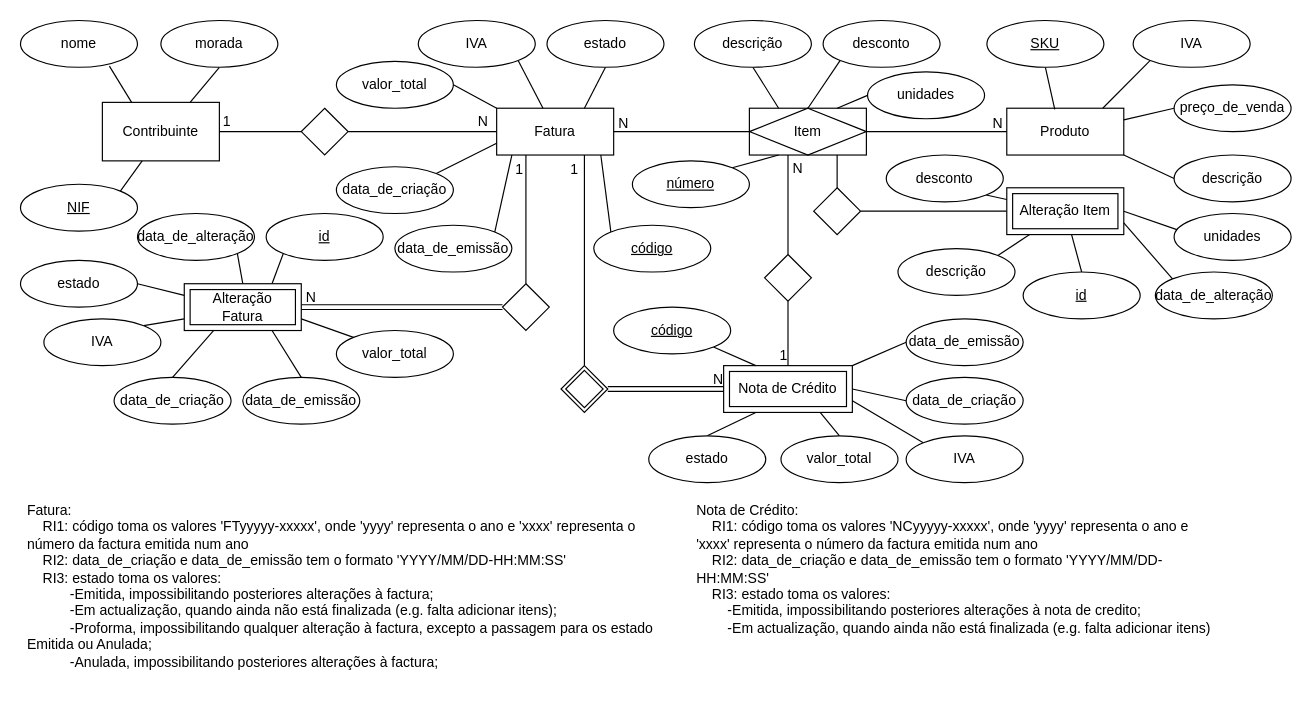
Above: Model/EA_Model-PT.drawio in jpmatos/ISEL-SI2-2021i (draw.io), before the change. Source tidied: cells renumbered, new cells numbered last; positions are measured from the earlier drawing's top-left corner, leaving out a move shared by most shapes. Both pictures are drawn from the tidied source at 117%, with x=0, y=0 at pixel (20, 20).
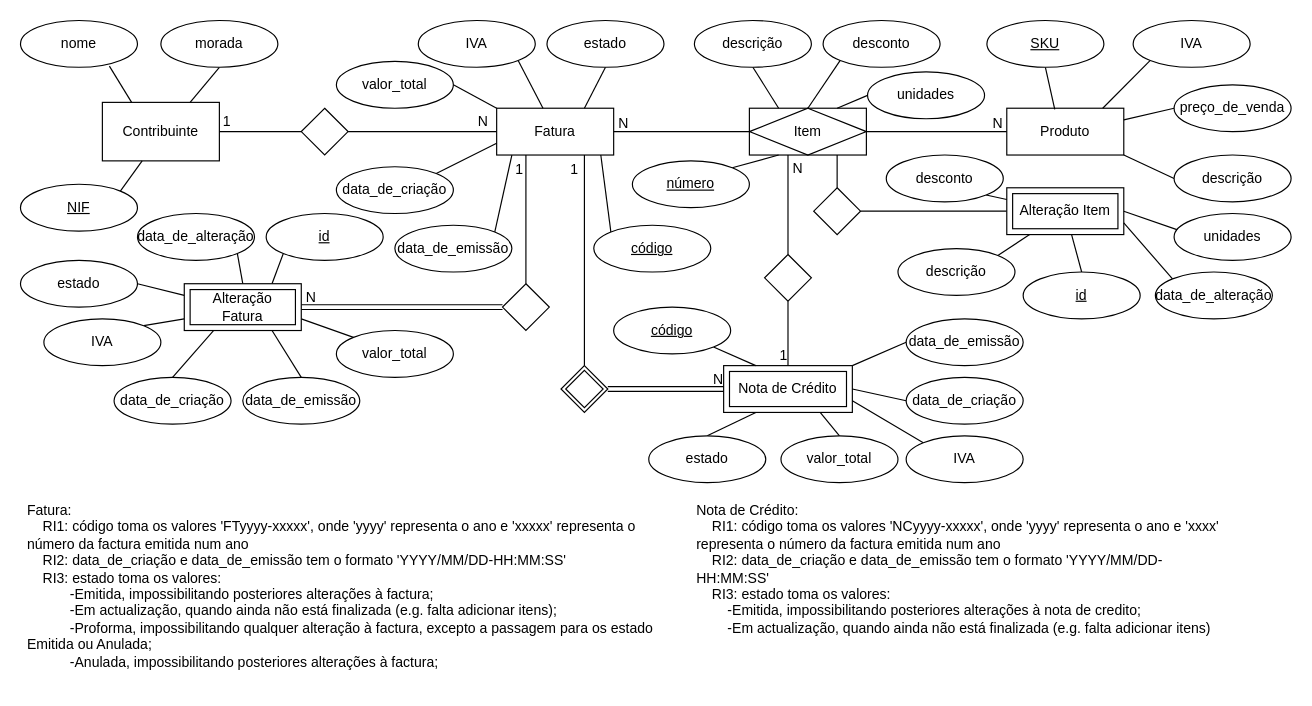
The same diagram, later.

What changed in the source:
```diff
@@
-    <mxCell id="40" value="Fatura:&#10;    RI1: código toma os valores 'FTyyyyy-xxxxx', onde 'yyyy' representa o ano e 'xxxx' representa o número da factura emitida num ano&#10;    RI2: data_de_criação e data_de_emissão tem o formato 'YYYY/MM/DD-HH:MM:SS'&#10;    RI3: estado toma os valores:&#10;           -Emitida, impossibilitando posteriores alterações à factura;&#10;           -Em actualização, quando ainda não está finalizada (e.g. falta adicionar itens);&#10;           -Proforma, impossibilitando qualquer alteração à factura, excepto a passagem para os estado&#10;Emitida ou Anulada;&#10;           -Anulada, impossibilitando posteriores alterações à factura;&#10;" style="text;strokeColor=none;fillColor=none;spacingLeft=4;spacingRight=4;overflow=hidden;fontSize=12;rounded=0;shadow=0;glass=0;sketch=0;align=left;whiteSpace=wrap;" parent="1" vertex="1">
+    <mxCell id="40" value="Fatura:&#10;    RI1: código toma os valores 'FTyyyy-xxxxx', onde 'yyyy' representa o ano e 'xxxxx' representa o número da factura emitida num ano&#10;    RI2: data_de_criação e data_de_emissão tem o formato 'YYYY/MM/DD-HH:MM:SS'&#10;    RI3: estado toma os valores:&#10;           -Emitida, impossibilitando posteriores alterações à factura;&#10;           -Em actualização, quando ainda não está finalizada (e.g. falta adicionar itens);&#10;           -Proforma, impossibilitando qualquer alteração à factura, excepto a passagem para os estado&#10;Emitida ou Anulada;&#10;           -Anulada, impossibilitando posteriores alterações à factura;&#10;" style="text;strokeColor=none;fillColor=none;spacingLeft=4;spacingRight=4;overflow=hidden;fontSize=12;rounded=0;shadow=0;glass=0;sketch=0;align=left;whiteSpace=wrap;" parent="1" vertex="1">
       <mxGeometry y="405" width="570" height="160" as="geometry" />
     </mxCell>
-    <mxCell id="41" value="Nota de Crédito:&#10;    RI1: código toma os valores 'NCyyyyy-xxxxx', onde 'yyyy' representa o ano e 'xxxx' representa o número da factura emitida num ano&#10;    RI2: data_de_criação e data_de_emissão tem o formato 'YYYY/MM/DD-HH:MM:SS'&#10;    RI3: estado toma os valores:&#10;        -Emitida, impossibilitando posteriores alterações à nota de credito;&#10;        -Em actualização, quando ainda não está finalizada (e.g. falta adicionar itens)&#10;" style="text;strokeColor=none;fillColor=none;spacingLeft=4;spacingRight=4;overflow=hidden;fontSize=12;rounded=0;shadow=0;glass=0;sketch=0;align=left;whiteSpace=wrap;" parent="1" vertex="1">
+    <mxCell id="41" value="Nota de Crédito:&#10;    RI1: código toma os valores 'NCyyyy-xxxxx', onde 'yyyy' representa o ano e 'xxxx' representa o número da factura emitida num ano&#10;    RI2: data_de_criação e data_de_emissão tem o formato 'YYYY/MM/DD-HH:MM:SS'&#10;    RI3: estado toma os valores:&#10;        -Emitida, impossibilitando posteriores alterações à nota de credito;&#10;        -Em actualização, quando ainda não está finalizada (e.g. falta adicionar itens)&#10;" style="text;strokeColor=none;fillColor=none;spacingLeft=4;spacingRight=4;overflow=hidden;fontSize=12;rounded=0;shadow=0;glass=0;sketch=0;align=left;whiteSpace=wrap;" parent="1" vertex="1">
       <mxGeometry x="571.5" y="405" width="457" height="130" as="geometry" />
     </mxCell>
```
